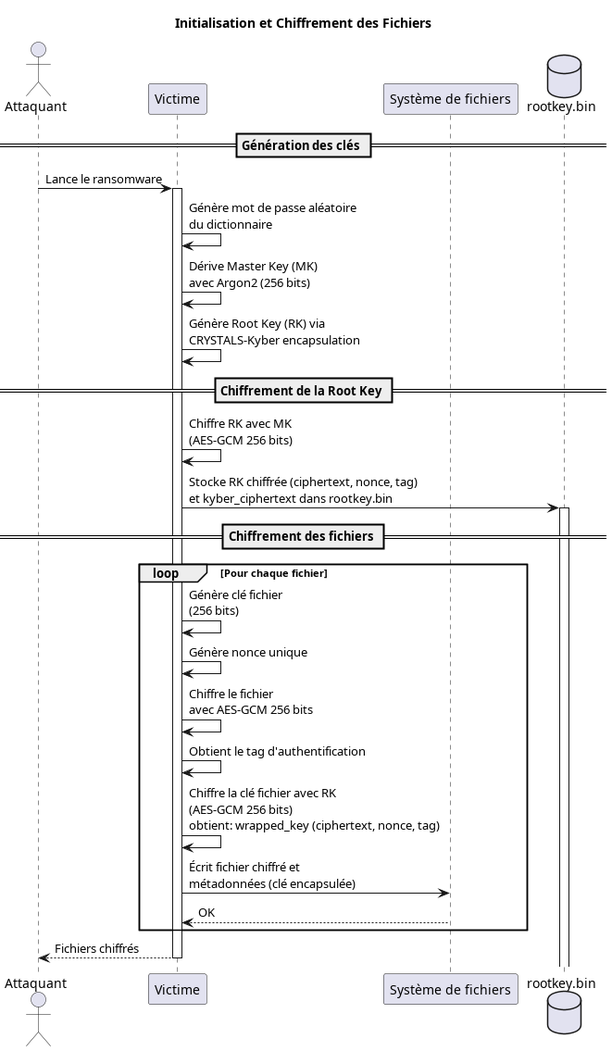
The PlantUML diagram out/schema/01-Initialisation_Chiffrement.png in CamilleKoestli/ransomware_postquantum, before a commit.
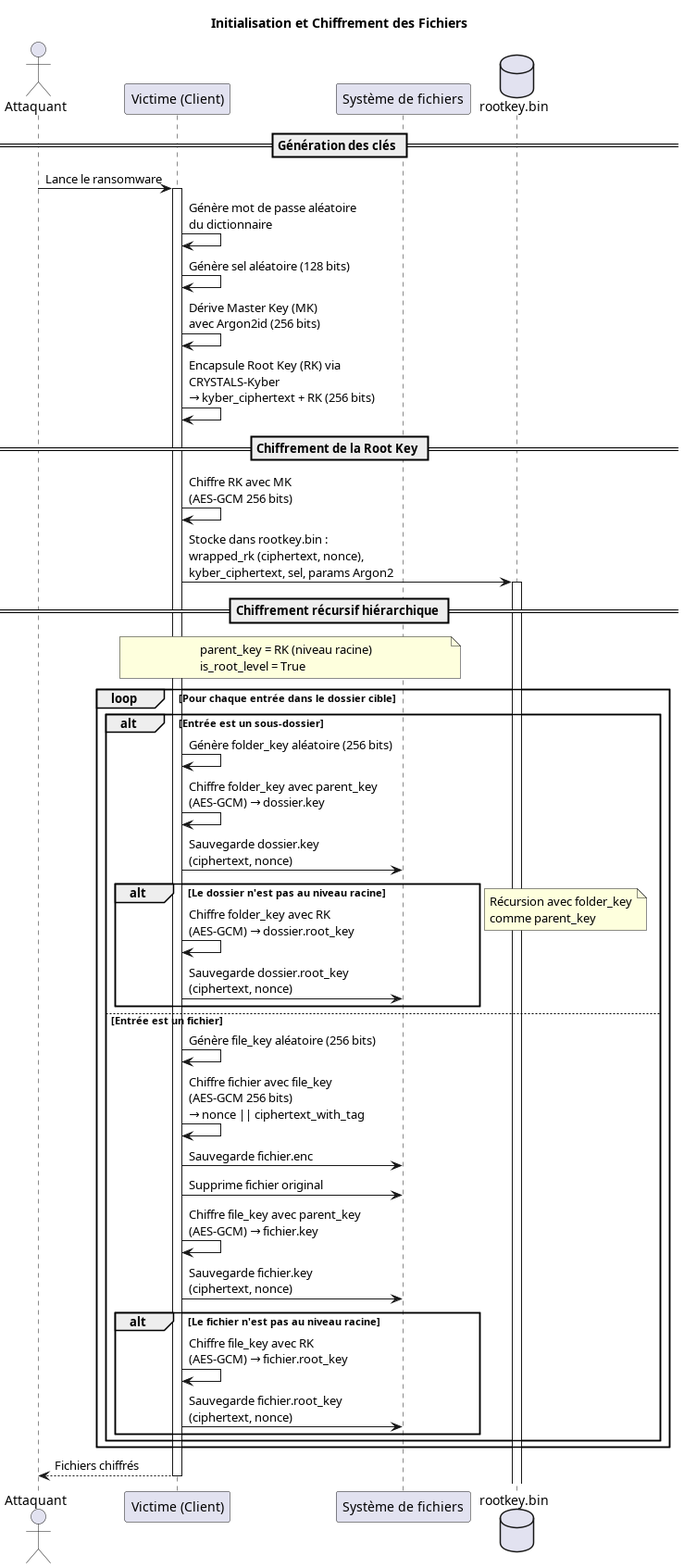
Later version of the same file.

The edit, as a diff of the source:
```diff
@@ -3,7 +3,7 @@
 title Initialisation et Chiffrement des Fichiers
 
 actor Attaquant as attacker
-participant "Victime" as victime
+participant "Victime (Client)" as victime
 participant "Système de fichiers" as fs
 database "rootkey.bin" as rootkey
 
@@ -12,27 +12,43 @@
 activate victime
 
 victime -> victime: Génère mot de passe aléatoire\ndu dictionnaire
-victime -> victime: Dérive Master Key (MK)\navec Argon2 (256 bits)
-victime -> victime: Génère Root Key (RK) via\nCRYSTALS-Kyber encapsulation
+victime -> victime: Génère sel aléatoire (128 bits)
+victime -> victime: Dérive Master Key (MK)\navec Argon2id (256 bits)
+victime -> victime: Encapsule Root Key (RK) via\nCRYSTALS-Kyber\n→ kyber_ciphertext + RK (256 bits)
 
 == Chiffrement de la Root Key ==
 victime -> victime: Chiffre RK avec MK\n(AES-GCM 256 bits)
-victime -> rootkey: Stocke RK chiffrée (ciphertext, nonce, tag)\net kyber_ciphertext dans rootkey.bin
+victime -> rootkey: Stocke dans rootkey.bin :\nwrapped_rk (ciphertext, nonce),\nkyber_ciphertext, sel, params Argon2
 activate rootkey
 
-== Chiffrement des fichiers ==
-loop Pour chaque fichier
+== Chiffrement récursif hiérarchique ==
+note over victime, fs
+  parent_key = RK (niveau racine)
+  is_root_level = True
+end note
 
-    victime -> victime: Génère clé fichier\n(256 bits)
-    victime -> victime: Génère nonce unique
-    victime -> victime: Chiffre le fichier\navec AES-GCM 256 bits
-
-    victime -> victime: Obtient le tag d'authentification
-    victime -> victime: Chiffre la clé fichier avec RK\n(AES-GCM 256 bits)\nobtient: wrapped_key (ciphertext, nonce, tag)
-
-    victime -> fs: Écrit fichier chiffré et\nmétadonnées (clé encapsulée)
-    fs --> victime: OK
-    deactivate fs
+loop Pour chaque entrée dans le dossier cible
+  alt Entrée est un sous-dossier
+    victime -> victime: Génère folder_key aléatoire (256 bits)
+    victime -> victime: Chiffre folder_key avec parent_key\n(AES-GCM) → dossier.key
+    victime -> fs: Sauvegarde dossier.key\n(ciphertext, nonce)
+    alt Le dossier n'est pas au niveau racine
+      victime -> victime: Chiffre folder_key avec RK\n(AES-GCM) → dossier.root_key
+      victime -> fs: Sauvegarde dossier.root_key\n(ciphertext, nonce)
+    end
+    note right: Récursion avec folder_key\ncomme parent_key
+  else Entrée est un fichier
+    victime -> victime: Génère file_key aléatoire (256 bits)
+    victime -> victime: Chiffre fichier avec file_key\n(AES-GCM 256 bits)\n→ nonce || ciphertext_with_tag
+    victime -> fs: Sauvegarde fichier.enc
+    victime -> fs: Supprime fichier original
+    victime -> victime: Chiffre file_key avec parent_key\n(AES-GCM) → fichier.key
+    victime -> fs: Sauvegarde fichier.key\n(ciphertext, nonce)
+    alt Le fichier n'est pas au niveau racine
+      victime -> victime: Chiffre file_key avec RK\n(AES-GCM) → fichier.root_key
+      victime -> fs: Sauvegarde fichier.root_key\n(ciphertext, nonce)
+    end
+  end
 end
 
 victime --> attacker: Fichiers chiffrés
```
